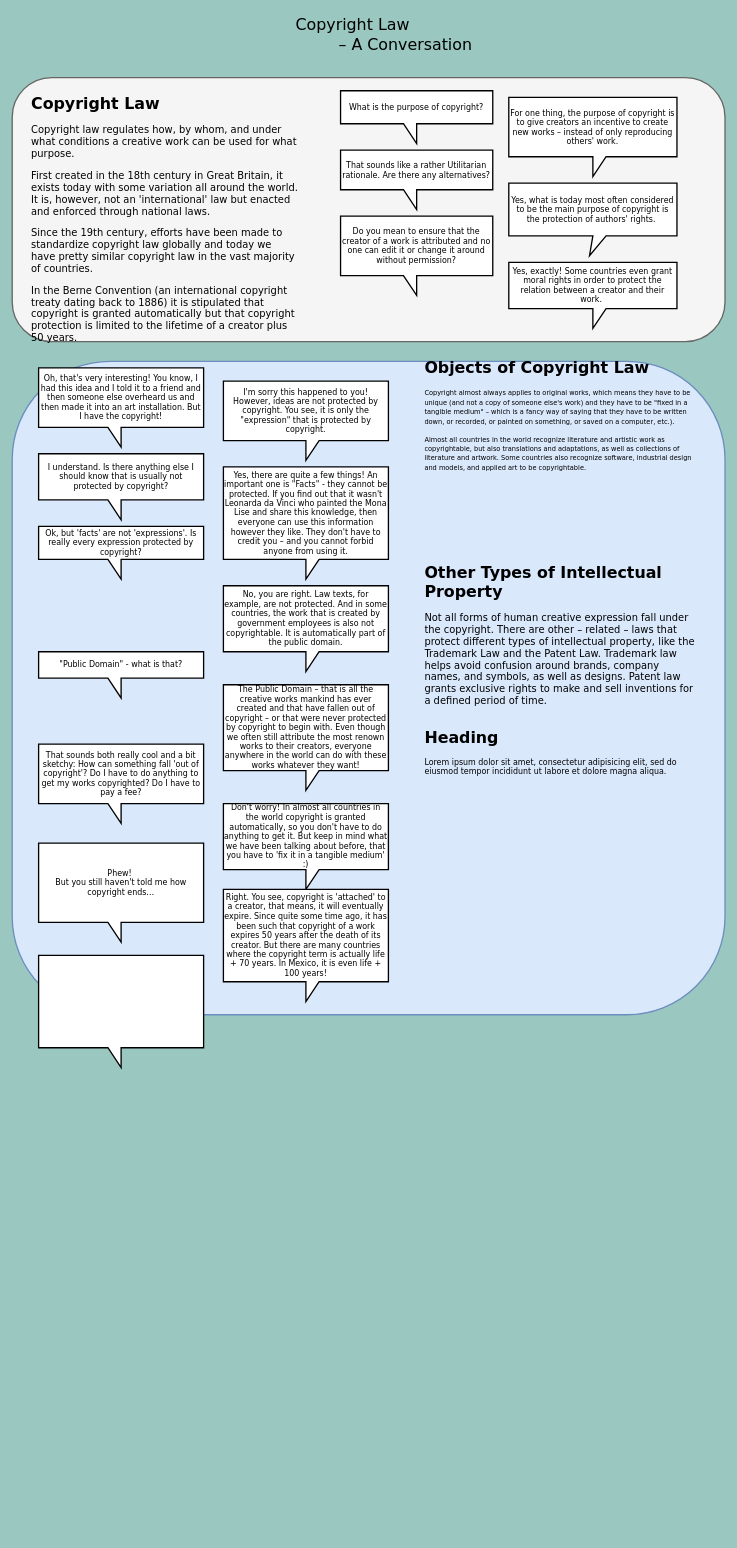
Earlier version of the draw.io diagram copyright_conceptmap.drawio (arockenberger/cc-c_coursework). Source tidied: cells renumbered, new cells numbered last; positions are measured from the earlier drawing's top-left corner, leaving out a move shared by most shapes. Both pictures are drawn from the tidied source at 66%, with x=0, y=0 at pixel (12, 11).
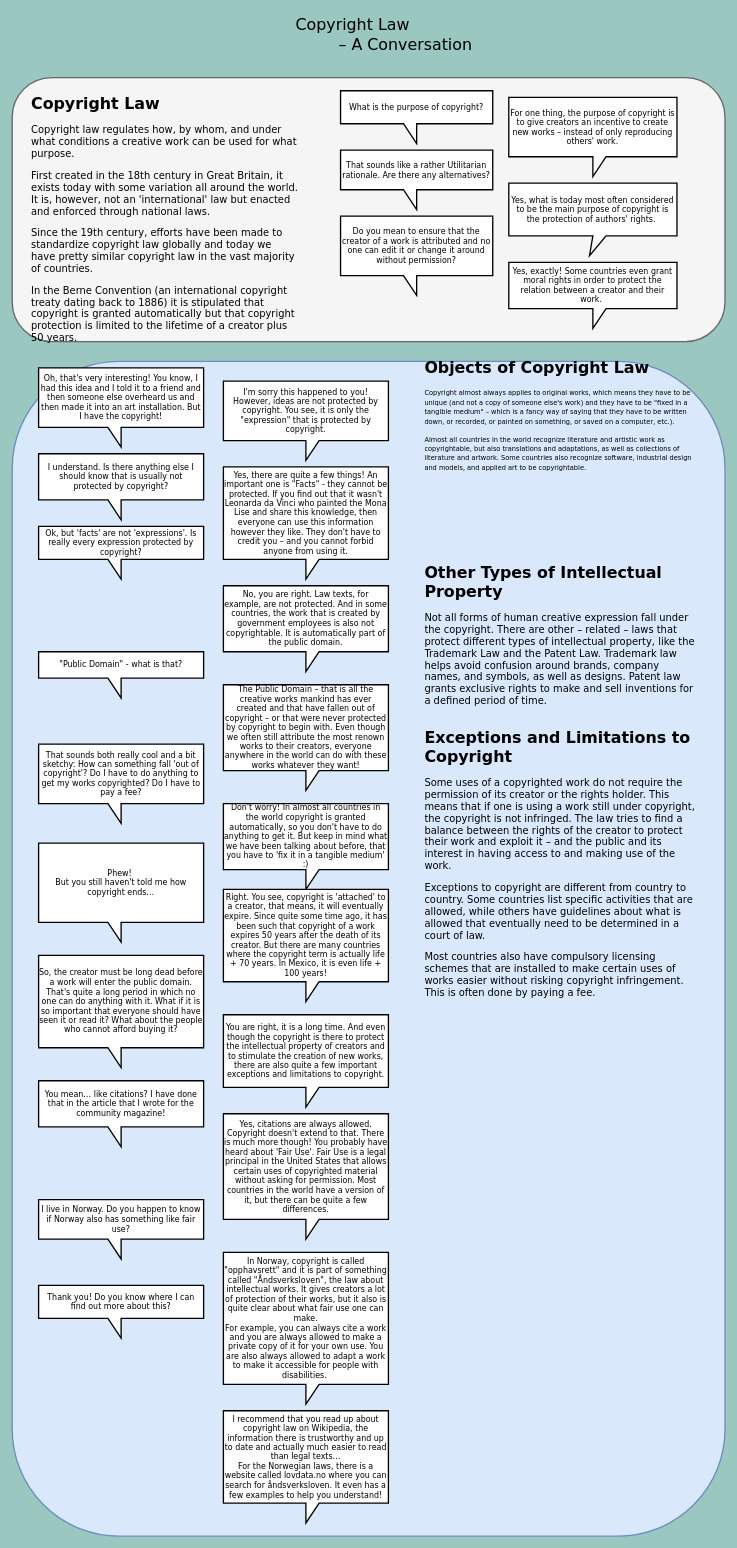
After the change.

Commit message:
Added exceptions and limitations

What changed in the source:
```diff
@@
     <mxCell id="4" style="rounded=1;whiteSpace=wrap;html=1;strokeWidth=2;fontFamily=Verdana;fontSize=12;fillColor=#dae8fc;strokeColor=#6c8ebf;" parent="1" vertex="1">
-      <mxGeometry y="530" width="1080" height="990" as="geometry" />
+      <mxGeometry y="530" width="1080" height="1780" as="geometry" />
     </mxCell>
@@
-    <mxCell id="28" style="shape=callout;whiteSpace=wrap;html=1;perimeter=calloutPerimeter;strokeWidth=2;fontFamily=Verdana;fontSize=12;flipH=1;" parent="1" vertex="1">
+    <mxCell id="28" value="So, the creator must be long dead before a work will enter the public domain. That's quite a long period in which no one can do anything with it. What if it is so important that everyone should have seen it or read it? What about the people who cannot afford buying it?" style="shape=callout;whiteSpace=wrap;html=1;perimeter=calloutPerimeter;strokeWidth=2;fontFamily=Verdana;fontSize=12;flipH=1;" parent="1" vertex="1">
       <mxGeometry x="40" y="1430" width="250" height="170" as="geometry" />
     </mxCell>
-    <mxCell id="29" value="&lt;h1&gt;Heading&lt;/h1&gt;&lt;p&gt;Lorem ipsum dolor sit amet, consectetur adipisicing elit, sed do eiusmod tempor incididunt ut labore et dolore magna aliqua.&lt;/p&gt;" style="text;html=1;strokeColor=none;fillColor=none;spacing=5;spacingTop=-20;whiteSpace=wrap;overflow=hidden;rounded=0;fontFamily=Verdana;fontSize=12;" parent="1" vertex="1">
-      <mxGeometry x="620" y="1080" width="420" height="370" as="geometry" />
+    <mxCell id="29" value="&lt;h1&gt;Exceptions and Limitations to Copyright&lt;/h1&gt;&lt;p style=&quot;font-size: 15px&quot;&gt;Some uses of a copyrighted work do not require the permission of its creator or the rights holder. This means that if one is using a work still under copyright, the copyright is not infringed. The law tries to find a balance between the rights of the creator to protect their work and exploit it – and the public and its interest in having access to and making use of the work.&lt;/p&gt;&lt;p style=&quot;font-size: 15px&quot;&gt;Exceptions to copyright are different from country to country. Some countries list specific activities that are allowed, while others have guidelines about what is allowed that eventually need to be determined in a court of law.&lt;/p&gt;&lt;p style=&quot;font-size: 15px&quot;&gt;Most countries also have compulsory licensing schemes that are installed to make certain uses of works easier without risking copyright infringement. This is often done by paying a fee.&lt;/p&gt;" style="text;html=1;strokeColor=none;fillColor=none;spacing=5;spacingTop=-20;whiteSpace=wrap;overflow=hidden;rounded=0;fontFamily=Verdana;fontSize=12;" parent="1" vertex="1">
+      <mxGeometry x="620" y="1080" width="420" height="430" as="geometry" />
     </mxCell>
+    <mxCell id="30" value="You are right, it is a long time. And even though the copyright is there to protect the intellectual property of creators and to stimulate the creation of new works, there are also quite a few important exceptions and limitations to copyright." style="shape=callout;whiteSpace=wrap;html=1;perimeter=calloutPerimeter;strokeWidth=2;fontFamily=Verdana;fontSize=12;" parent="1" vertex="1">
+      <mxGeometry x="320" y="1520" width="250" height="140" as="geometry" />
+    </mxCell>
+    <mxCell id="31" value="You mean… like citations? I have done that in the article that I wrote for the community magazine!" style="shape=callout;whiteSpace=wrap;html=1;perimeter=calloutPerimeter;strokeWidth=2;fontFamily=Verdana;fontSize=12;flipH=1;" parent="1" vertex="1">
+      <mxGeometry x="40" y="1620" width="250" height="100" as="geometry" />
+    </mxCell>
+    <mxCell id="32" value="Yes, citations are always allowed. Copyright doesn't extend to that. There is much more though! You probably have heard about 'Fair Use'. Fair Use is a legal principal in the United States that allows certain uses of copyrighted material without asking for permission. Most countries in the world have a version of it, but there can be quite a few differences." style="shape=callout;whiteSpace=wrap;html=1;perimeter=calloutPerimeter;strokeWidth=2;fontFamily=Verdana;fontSize=12;" parent="1" vertex="1">
+      <mxGeometry x="320" y="1670" width="250" height="190" as="geometry" />
+    </mxCell>
+    <mxCell id="33" value="I live in Norway. Do you happen to know if Norway also has something like fair use?" style="shape=callout;whiteSpace=wrap;html=1;perimeter=calloutPerimeter;strokeWidth=2;fontFamily=Verdana;fontSize=12;flipH=1;" parent="1" vertex="1">
+      <mxGeometry x="40" y="1800" width="250" height="90" as="geometry" />
+    </mxCell>
+    <mxCell id="34" value="In Norway, copyright is called &quot;opphavsrett&quot; and it is part of something called &quot;Åndsverksloven&quot;, the law about intellectual works. It gives creators a lot of protection of their works, but it also is quite clear about what fair use one can make. &lt;br&gt;For example, you can always cite a work and you are always allowed to make a private copy of it for your own use. You are also always allowed to adapt a work to make it accessible for people with disabilities.&amp;nbsp;" style="shape=callout;whiteSpace=wrap;html=1;perimeter=calloutPerimeter;strokeWidth=2;fontFamily=Verdana;fontSize=12;" parent="1" vertex="1">
+      <mxGeometry x="320" y="1880" width="250" height="230" as="geometry" />
+    </mxCell>
+    <mxCell id="35" value="Thank you! Do you know where I can find out more about this?" style="shape=callout;whiteSpace=wrap;html=1;perimeter=calloutPerimeter;strokeWidth=2;fontFamily=Verdana;fontSize=12;flipH=1;" parent="1" vertex="1">
+      <mxGeometry x="40" y="1930" width="250" height="80" as="geometry" />
+    </mxCell>
+    <mxCell id="36" value="I recommend that you read up about copyright law on Wikipedia, the information there is trustworthy and up to date and actually much easier to read than legal texts…&lt;br&gt;For the Norwegian laws, there is a website called lovdata.no where you can search for åndsverksloven. It even has a few examples to help you understand!" style="shape=callout;whiteSpace=wrap;html=1;perimeter=calloutPerimeter;strokeWidth=2;fontFamily=Verdana;fontSize=12;" parent="1" vertex="1">
+      <mxGeometry x="320" y="2120" width="250" height="170" as="geometry" />
+    </mxCell>
```
